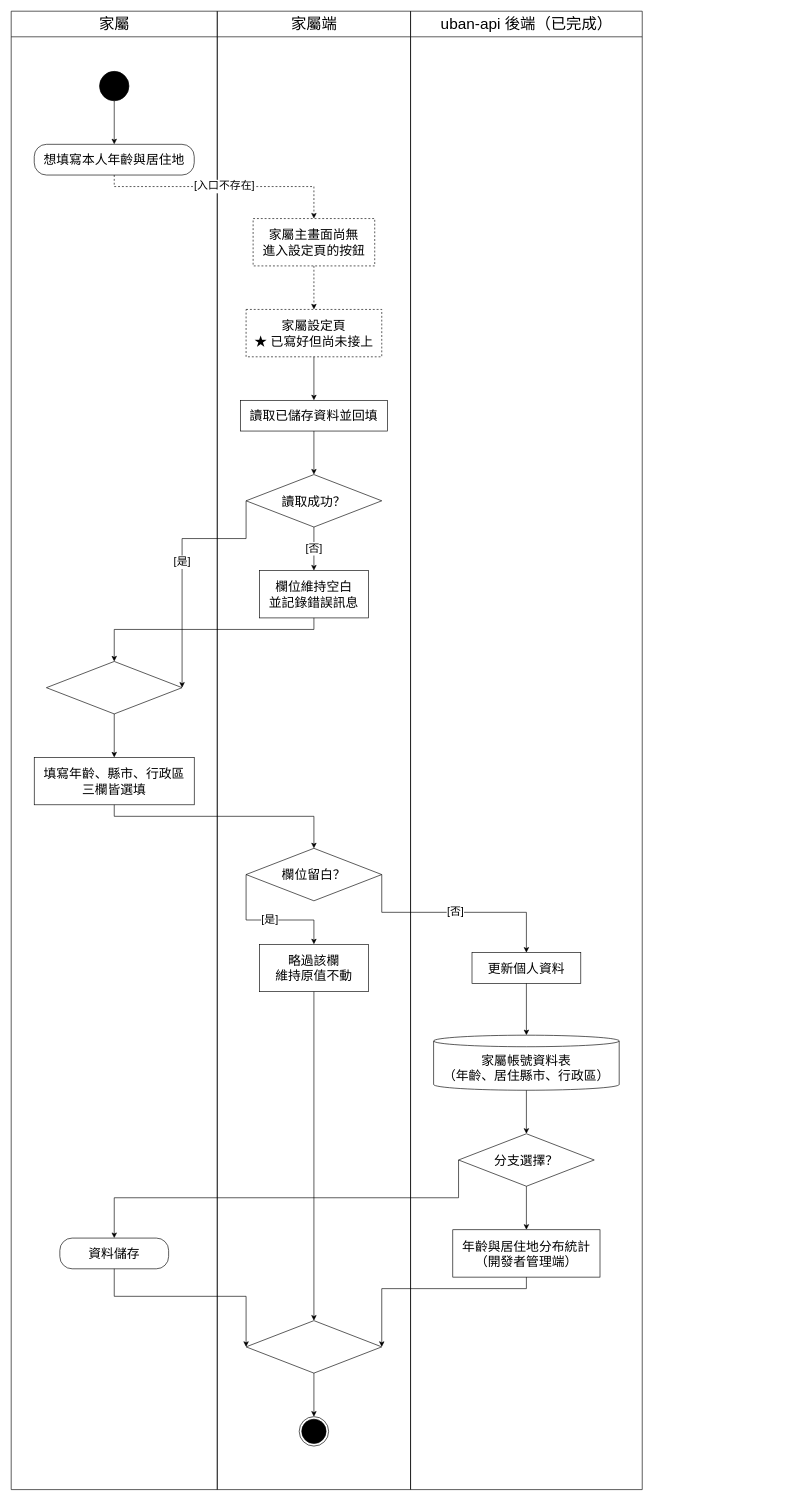
The draw.io diagram Uban System Documents/drawio圖/A22-個人資料（家屬）.drawio in HuangYu-Kai/Uban, before the edit. Source tidied: cells renumbered, new cells numbered last; positions are measured from the earlier drawing's top-left corner, leaving out a move shared by most shapes. Both pictures are drawn from the tidied source at 64%, with x=0, y=0 at pixel (11, 11).
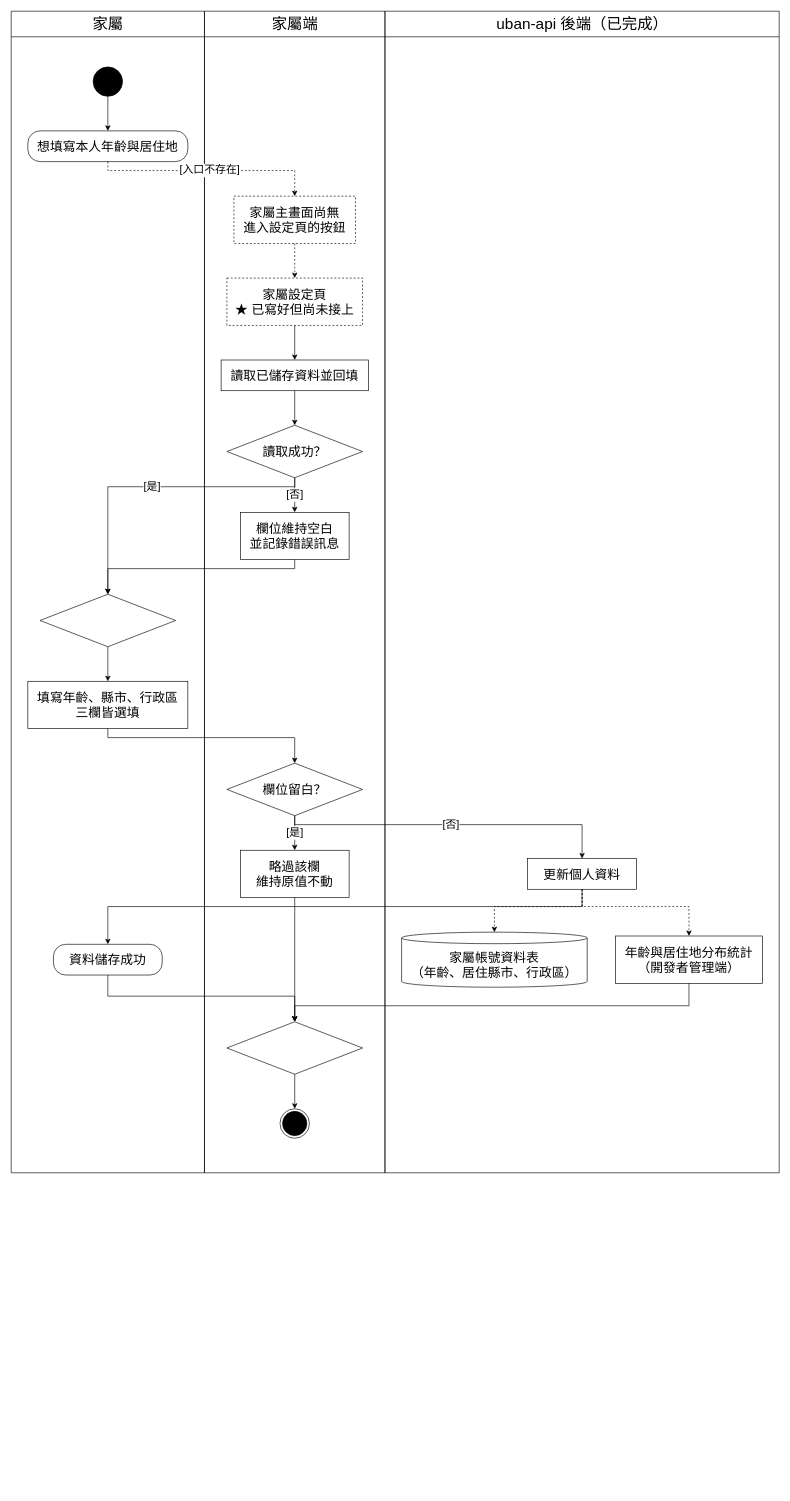
After the change.

What changed in the source:
```diff
@@
     <mxCell id="2" value="家屬" style="swimlane;html=1;horizontal=1;startSize=40;fillColor=none;strokeColor=#000000;fontSize=24;fontColor=#000000;fontStyle=0;swimlaneFillColor=none;" parent="1" vertex="1">
-      <mxGeometry width="322" height="2310" as="geometry" />
+      <mxGeometry width="302" height="1815" as="geometry" />
     </mxCell>
     <mxCell id="3" value="家屬端" style="swimlane;html=1;horizontal=1;startSize=40;fillColor=none;strokeColor=#000000;fontSize=24;fontColor=#000000;fontStyle=0;swimlaneFillColor=none;" parent="1" vertex="1">
-      <mxGeometry x="322" width="302" height="2310" as="geometry" />
+      <mxGeometry x="302" width="282" height="1815" as="geometry" />
     </mxCell>
     <mxCell id="4" value="uban-api 後端（已完成）" style="swimlane;html=1;horizontal=1;startSize=40;fillColor=none;strokeColor=#000000;fontSize=24;fontColor=#000000;fontStyle=0;swimlaneFillColor=none;" parent="1" vertex="1">
-      <mxGeometry x="624" width="362" height="2310" as="geometry" />
+      <mxGeometry x="584" width="616" height="1815" as="geometry" />
     </mxCell>
     <mxCell id="5" style="ellipse;html=1;fillColor=#000000;strokeColor=#000000;" parent="2" vertex="1">
-      <mxGeometry x="138" y="94" width="46" height="46" as="geometry" />
+      <mxGeometry x="128" y="87" width="46" height="46" as="geometry" />
     </mxCell>
     <mxCell id="6" value="想填寫本人年齡與居住地" style="rounded=1;arcSize=40;whiteSpace=wrap;html=1;fillColor=#FFFFFF;strokeColor=#000000;fontSize=20;fontColor=#000000;" parent="2" vertex="1">
-      <mxGeometry x="36" y="208" width="250" height="48" as="geometry" />
+      <mxGeometry x="26" y="187" width="250" height="48" as="geometry" />
     </mxCell>
     <mxCell id="7" value="填寫年齡、縣市、行政區&lt;br&gt;三欄皆選填" style="rounded=0;whiteSpace=wrap;html=1;fillColor=#FFFFFF;strokeColor=#000000;fontSize=20;fontColor=#000000;" parent="2" vertex="1">
-      <mxGeometry x="36" y="1166" width="250" height="74" as="geometry" />
+      <mxGeometry x="26" y="1047" width="250" height="74" as="geometry" />
     </mxCell>
-    <mxCell id="8" value="資料儲存" style="rounded=1;arcSize=40;whiteSpace=wrap;html=1;fillColor=#FFFFFF;strokeColor=#000000;fontSize=20;fontColor=#000000;" parent="2" vertex="1">
-      <mxGeometry x="76" y="1917" width="170" height="48" as="geometry" />
+    <mxCell id="8" value="資料儲存成功" style="rounded=1;arcSize=40;whiteSpace=wrap;html=1;fillColor=#FFFFFF;strokeColor=#000000;fontSize=20;fontColor=#000000;" parent="2" vertex="1">
+      <mxGeometry x="66" y="1458" width="170" height="48" as="geometry" />
     </mxCell>
     <mxCell id="9" style="rhombus;whiteSpace=wrap;html=1;fillColor=#FFFFFF;strokeColor=#000000;fontSize=20;fontColor=#000000;" parent="2" vertex="1">
-      <mxGeometry x="55" y="1016" width="212" height="82" as="geometry" />
+      <mxGeometry x="45" y="911" width="212" height="82" as="geometry" />
     </mxCell>
     <mxCell id="10" value="家屬主畫面尚無&lt;br&gt;進入設定頁的按鈕" style="rounded=0;whiteSpace=wrap;html=1;fillColor=#FFFFFF;strokeColor=#000000;fontSize=20;fontColor=#000000;dashed=1;" parent="3" vertex="1">
-      <mxGeometry x="56" y="324" width="190" height="74" as="geometry" />
+      <mxGeometry x="46" y="289" width="190" height="74" as="geometry" />
     </mxCell>
     <mxCell id="11" value="家屬設定頁&lt;br&gt;★ 已寫好但尚未接上" style="rounded=0;whiteSpace=wrap;html=1;fillColor=#FFFFFF;strokeColor=#000000;fontSize=20;fontColor=#000000;dashed=1;" parent="3" vertex="1">
-      <mxGeometry x="45" y="466" width="212" height="74" as="geometry" />
+      <mxGeometry x="35" y="417" width="212" height="74" as="geometry" />
     </mxCell>
     <mxCell id="12" value="讀取已儲存資料並回填" style="rounded=0;whiteSpace=wrap;html=1;fillColor=#FFFFFF;strokeColor=#000000;fontSize=20;fontColor=#000000;" parent="3" vertex="1">
-      <mxGeometry x="36" y="608" width="230" height="48" as="geometry" />
+      <mxGeometry x="26" y="545" width="230" height="48" as="geometry" />
     </mxCell>
     <mxCell id="13" value="讀取成功？" style="rhombus;whiteSpace=wrap;html=1;fillColor=#FFFFFF;strokeColor=#000000;fontSize=20;fontColor=#000000;" parent="3" vertex="1">
-      <mxGeometry x="45" y="724" width="212" height="82" as="geometry" />
+      <mxGeometry x="35" y="647" width="212" height="82" as="geometry" />
     </mxCell>
     <mxCell id="14" value="欄位維持空白&lt;br&gt;並記錄錯誤訊息" style="rounded=0;whiteSpace=wrap;html=1;fillColor=#FFFFFF;strokeColor=#000000;fontSize=20;fontColor=#000000;" parent="3" vertex="1">
-      <mxGeometry x="66" y="874" width="170" height="74" as="geometry" />
+      <mxGeometry x="56" y="783" width="170" height="74" as="geometry" />
     </mxCell>
     <mxCell id="15" value="欄位留白？" style="rhombus;whiteSpace=wrap;html=1;fillColor=#FFFFFF;strokeColor=#000000;fontSize=20;fontColor=#000000;" parent="3" vertex="1">
-      <mxGeometry x="45" y="1308" width="212" height="82" as="geometry" />
+      <mxGeometry x="35" y="1175" width="212" height="82" as="geometry" />
     </mxCell>
     <mxCell id="16" value="略過該欄&lt;br&gt;維持原值不動" style="rounded=0;whiteSpace=wrap;html=1;fillColor=#FFFFFF;strokeColor=#000000;fontSize=20;fontColor=#000000;" parent="3" vertex="1">
-      <mxGeometry x="66" y="1458" width="170" height="74" as="geometry" />
+      <mxGeometry x="56" y="1311" width="170" height="74" as="geometry" />
     </mxCell>
     <mxCell id="17" style="rhombus;whiteSpace=wrap;html=1;fillColor=#FFFFFF;strokeColor=#000000;fontSize=20;fontColor=#000000;" parent="3" vertex="1">
-      <mxGeometry x="45" y="2046" width="212" height="82" as="geometry" />
+      <mxGeometry x="35" y="1579" width="212" height="82" as="geometry" />
     </mxCell>
     <mxCell id="18" style="ellipse;html=1;shape=endState;fillColor=#000000;strokeColor=#000000;" parent="3" vertex="1">
-      <mxGeometry x="128" y="2196" width="46" height="46" as="geometry" />
+      <mxGeometry x="118" y="1715" width="46" height="46" as="geometry" />
     </mxCell>
     <mxCell id="19" value="更新個人資料" style="rounded=0;whiteSpace=wrap;html=1;fillColor=#FFFFFF;strokeColor=#000000;fontSize=20;fontColor=#000000;" parent="4" vertex="1">
-      <mxGeometry x="96" y="1471" width="170" height="48" as="geometry" />
+      <mxGeometry x="223" y="1324" width="170" height="48" as="geometry" />
     </mxCell>
     <mxCell id="20" value="家屬帳號資料表&lt;br&gt;（年齡、居住縣市、行政區）" style="shape=cylinder3;boundedLbl=1;backgroundOutline=1;size=9;whiteSpace=wrap;html=1;fillColor=#FFFFFF;strokeColor=#000000;fontSize=20;fontColor=#000000;" parent="4" vertex="1">
-      <mxGeometry x="36" y="1600" width="290" height="86" as="geometry" />
+      <mxGeometry x="26" y="1439" width="290" height="86" as="geometry" />
     </mxCell>
     <mxCell id="21" value="年齡與居住地分布統計&lt;br&gt;（開發者管理端）" style="rounded=0;whiteSpace=wrap;html=1;fillColor=#FFFFFF;strokeColor=#000000;fontSize=20;fontColor=#000000;" parent="4" vertex="1">
-      <mxGeometry x="66" y="1904" width="230" height="74" as="geometry" />
+      <mxGeometry x="360" y="1445" width="230" height="74" as="geometry" />
     </mxCell>
-    <mxCell id="22" value="分支選擇？" style="rhombus;whiteSpace=wrap;html=1;fillColor=#FFFFFF;strokeColor=#000000;fontSize=20;fontColor=#000000;" parent="4" vertex="1">
-      <mxGeometry x="75" y="1754" width="212" height="82" as="geometry" />
-    </mxCell>
@@
     <mxCell id="24" value="[入口不存在]" style="edgeStyle=none;rounded=0;html=1;strokeColor=#000000;fontSize=17;fontColor=#000000;labelBackgroundColor=#FFFFFF;endArrow=classic;endFill=1;exitPerimeter=0;entryPerimeter=0;dashed=1;exitX=0.5;exitY=1;exitDx=0;exitDy=0;entryX=0.5;entryY=0;entryDx=0;entryDy=0;" parent="1" edge="1" source="6" target="10">
       <mxGeometry relative="1" as="geometry">
         <Array as="points">
-          <mxPoint x="161" y="274" />
-          <mxPoint x="473" y="274" />
+          <mxPoint x="151" y="249" />
+          <mxPoint x="443" y="249" />
         </Array>
       </mxGeometry>
     </mxCell>
@@
     <mxCell id="29" style="edgeStyle=none;rounded=0;html=1;strokeColor=#000000;fontSize=17;fontColor=#000000;labelBackgroundColor=#FFFFFF;endArrow=classic;endFill=1;exitPerimeter=0;entryPerimeter=0;exitX=0.5;exitY=1;exitDx=0;exitDy=0;entryX=0.5;entryY=0;entryDx=0;entryDy=0;" parent="1" edge="1" source="14" target="9">
       <mxGeometry relative="1" as="geometry">
         <Array as="points">
-          <mxPoint x="473" y="966" />
-          <mxPoint x="161" y="966" />
+          <mxPoint x="443" y="871" />
+          <mxPoint x="151" y="871" />
         </Array>
       </mxGeometry>
     </mxCell>
-    <mxCell id="30" value="[是]" style="edgeStyle=none;rounded=0;html=1;strokeColor=#000000;fontSize=17;fontColor=#000000;labelBackgroundColor=#FFFFFF;endArrow=classic;endFill=1;exitPerimeter=0;entryPerimeter=0;exitX=0;exitY=0.5;exitDx=0;exitDy=0;entryX=1;entryY=0.5;entryDx=0;entryDy=0;" parent="1" edge="1" source="13" target="9">
+    <mxCell id="30" value="[是]" style="edgeStyle=none;rounded=0;html=1;strokeColor=#000000;fontSize=17;fontColor=#000000;labelBackgroundColor=#FFFFFF;endArrow=classic;endFill=1;exitPerimeter=0;entryPerimeter=0;exitX=0.5;exitY=1;exitDx=0;exitDy=0;entryX=0.5;entryY=0;entryDx=0;entryDy=0;" parent="1" edge="1" source="13" target="9">
       <mxGeometry relative="1" as="geometry">
         <Array as="points">
-          <mxPoint x="367" y="824" />
-          <mxPoint x="267" y="824" />
+          <mxPoint x="443" y="743" />
+          <mxPoint x="151" y="743" />
         </Array>
       </mxGeometry>
     </mxCell>
-    <mxCell id="31" style="edgeStyle=none;rounded=0;html=1;strokeColor=#000000;fontSize=17;fontColor=#000000;labelBackgroundColor=#FFFFFF;endArrow=classic;endFill=1;exitPerimeter=0;entryPerimeter=0;exitX=0.5;exitY=1;exitDx=0;exitDy=0;entryX=0.5;entryY=0;entryDx=0;entryDy=0;" parent="1" edge="1" source="7" target="15">
-      <mxGeometry relative="1" as="geometry">
-        <Array as="points">
-          <mxPoint x="161" y="1258" />
-          <mxPoint x="473" y="1258" />
-        </Array>
-      </mxGeometry>
+    <mxCell id="31" style="edgeStyle=none;rounded=0;html=1;strokeColor=#000000;fontSize=17;fontColor=#000000;labelBackgroundColor=#FFFFFF;endArrow=classic;endFill=1;exitPerimeter=0;entryPerimeter=0;exitX=0.5;exitY=1;exitDx=0;exitDy=0;entryX=0.5;entryY=0;entryDx=0;entryDy=0;" parent="1" edge="1" source="9" target="7">
+      <mxGeometry relative="1" as="geometry" />
     </mxCell>
-    <mxCell id="32" value="[是]" style="edgeStyle=none;rounded=0;html=1;strokeColor=#000000;fontSize=17;fontColor=#000000;labelBackgroundColor=#FFFFFF;endArrow=classic;endFill=1;exitPerimeter=0;entryPerimeter=0;exitX=0;exitY=0.5;exitDx=0;exitDy=0;entryX=0.5;entryY=0;entryDx=0;entryDy=0;" parent="1" edge="1" source="15" target="16">
+    <mxCell id="32" style="edgeStyle=none;rounded=0;html=1;strokeColor=#000000;fontSize=17;fontColor=#000000;labelBackgroundColor=#FFFFFF;endArrow=classic;endFill=1;exitPerimeter=0;entryPerimeter=0;exitX=0.5;exitY=1;exitDx=0;exitDy=0;entryX=0.5;entryY=0;entryDx=0;entryDy=0;" parent="1" edge="1" source="7" target="15">
       <mxGeometry relative="1" as="geometry">
         <Array as="points">
-          <mxPoint x="367" y="1420" />
-          <mxPoint x="473" y="1420" />
+          <mxPoint x="151" y="1135" />
+          <mxPoint x="443" y="1135" />
         </Array>
       </mxGeometry>
     </mxCell>
-    <mxCell id="33" value="[否]" style="edgeStyle=none;rounded=0;html=1;strokeColor=#000000;fontSize=17;fontColor=#000000;labelBackgroundColor=#FFFFFF;endArrow=classic;endFill=1;exitPerimeter=0;entryPerimeter=0;exitX=1;exitY=0.5;exitDx=0;exitDy=0;entryX=0.5;entryY=0;entryDx=0;entryDy=0;" parent="1" edge="1" source="15" target="19">
-      <mxGeometry relative="1" as="geometry">
-        <Array as="points">
-          <mxPoint x="579" y="1408" />
-          <mxPoint x="805" y="1408" />
-        </Array>
-      </mxGeometry>
+    <mxCell id="33" value="[是]" style="edgeStyle=none;rounded=0;html=1;strokeColor=#000000;fontSize=17;fontColor=#000000;labelBackgroundColor=#FFFFFF;endArrow=classic;endFill=1;exitPerimeter=0;entryPerimeter=0;exitX=0.5;exitY=1;exitDx=0;exitDy=0;entryX=0.5;entryY=0;entryDx=0;entryDy=0;" parent="1" edge="1" source="15" target="16">
+      <mxGeometry relative="1" as="geometry" />
     </mxCell>
-    <mxCell id="34" style="edgeStyle=none;rounded=0;html=1;strokeColor=#000000;fontSize=17;fontColor=#000000;labelBackgroundColor=#FFFFFF;endArrow=classic;endFill=1;exitPerimeter=0;entryPerimeter=0;exitX=0.5;exitY=1;exitDx=0;exitDy=0;entryX=0.5;entryY=0;entryDx=0;entryDy=0;" parent="1" edge="1" source="19" target="20">
-      <mxGeometry relative="1" as="geometry" />
+    <mxCell id="34" value="[否]" style="edgeStyle=none;rounded=0;html=1;strokeColor=#000000;fontSize=17;fontColor=#000000;labelBackgroundColor=#FFFFFF;endArrow=classic;endFill=1;exitPerimeter=0;entryPerimeter=0;exitX=0.5;exitY=1;exitDx=0;exitDy=0;entryX=0.5;entryY=0;entryDx=0;entryDy=0;" parent="1" edge="1" source="15" target="19">
+      <mxGeometry relative="1" as="geometry">
+        <Array as="points">
+          <mxPoint x="443" y="1271" />
+          <mxPoint x="892" y="1271" />
+        </Array>
+      </mxGeometry>
     </mxCell>
-    <mxCell id="35" style="edgeStyle=none;rounded=0;html=1;strokeColor=#000000;fontSize=17;fontColor=#000000;labelBackgroundColor=#FFFFFF;endArrow=classic;endFill=1;exitPerimeter=0;entryPerimeter=0;exitX=0;exitY=0.5;exitDx=0;exitDy=0;entryX=0.5;entryY=0;entryDx=0;entryDy=0;" parent="1" edge="1" source="22" target="8">
+    <mxCell id="35" style="edgeStyle=none;rounded=0;html=1;strokeColor=#000000;fontSize=17;fontColor=#000000;labelBackgroundColor=#FFFFFF;endArrow=classic;endFill=1;exitPerimeter=0;entryPerimeter=0;dashed=1;exitX=0.5;exitY=1;exitDx=0;exitDy=0;entryX=0.5;entryY=0;entryDx=0;entryDy=0;" parent="1" edge="1" source="19" target="20">
       <mxGeometry relative="1" as="geometry">
         <Array as="points">
-          <mxPoint x="699" y="1854" />
-          <mxPoint x="161" y="1854" />
+          <mxPoint x="892" y="1399" />
+          <mxPoint x="755" y="1399" />
         </Array>
       </mxGeometry>
     </mxCell>
-    <mxCell id="36" style="edgeStyle=none;rounded=0;html=1;strokeColor=#000000;fontSize=17;fontColor=#000000;labelBackgroundColor=#FFFFFF;endArrow=classic;endFill=1;exitPerimeter=0;entryPerimeter=0;exitX=0.5;exitY=1;exitDx=0;exitDy=0;entryX=0.5;entryY=0;entryDx=0;entryDy=0;" parent="1" edge="1" source="22" target="21">
-      <mxGeometry relative="1" as="geometry" />
+    <mxCell id="36" style="edgeStyle=none;rounded=0;html=1;strokeColor=#000000;fontSize=17;fontColor=#000000;labelBackgroundColor=#FFFFFF;endArrow=classic;endFill=1;exitPerimeter=0;entryPerimeter=0;exitX=0.5;exitY=1;exitDx=0;exitDy=0;entryX=0.5;entryY=0;entryDx=0;entryDy=0;" parent="1" edge="1" source="19" target="8">
+      <mxGeometry relative="1" as="geometry">
+        <Array as="points">
+          <mxPoint x="892" y="1399" />
+          <mxPoint x="151" y="1399" />
+        </Array>
+      </mxGeometry>
     </mxCell>
-    <mxCell id="37" style="edgeStyle=none;rounded=0;html=1;strokeColor=#000000;fontSize=17;fontColor=#000000;labelBackgroundColor=#FFFFFF;endArrow=classic;endFill=1;exitPerimeter=0;entryPerimeter=0;exitX=0.5;exitY=1;exitDx=0;exitDy=0;entryX=0;entryY=0.5;entryDx=0;entryDy=0;" parent="1" edge="1" source="8" target="17">
+    <mxCell id="37" style="edgeStyle=none;rounded=0;html=1;strokeColor=#000000;fontSize=17;fontColor=#000000;labelBackgroundColor=#FFFFFF;endArrow=classic;endFill=1;exitPerimeter=0;entryPerimeter=0;dashed=1;exitX=0.5;exitY=1;exitDx=0;exitDy=0;entryX=0.5;entryY=0;entryDx=0;entryDy=0;" parent="1" edge="1" source="19" target="21">
       <mxGeometry relative="1" as="geometry">
         <Array as="points">
-          <mxPoint x="161" y="2008" />
-          <mxPoint x="367" y="2008" />
+          <mxPoint x="892" y="1399" />
+          <mxPoint x="1059" y="1399" />
         </Array>
       </mxGeometry>
     </mxCell>
-    <mxCell id="38" style="edgeStyle=none;rounded=0;html=1;strokeColor=#000000;fontSize=17;fontColor=#000000;labelBackgroundColor=#FFFFFF;endArrow=classic;endFill=1;exitPerimeter=0;entryPerimeter=0;exitX=0.5;exitY=1;exitDx=0;exitDy=0;entryX=0.5;entryY=0;entryDx=0;entryDy=0;" parent="1" edge="1" source="16" target="17">
-      <mxGeometry relative="1" as="geometry" />
+    <mxCell id="38" style="edgeStyle=none;rounded=0;html=1;strokeColor=#000000;fontSize=17;fontColor=#000000;labelBackgroundColor=#FFFFFF;endArrow=classic;endFill=1;exitPerimeter=0;entryPerimeter=0;exitX=0.5;exitY=1;exitDx=0;exitDy=0;entryX=0.5;entryY=0;entryDx=0;entryDy=0;" parent="1" edge="1" source="8" target="17">
+      <mxGeometry relative="1" as="geometry">
+        <Array as="points">
+          <mxPoint x="151" y="1539" />
+          <mxPoint x="443" y="1539" />
+        </Array>
+      </mxGeometry>
     </mxCell>
-    <mxCell id="39" style="edgeStyle=none;rounded=0;html=1;strokeColor=#000000;fontSize=17;fontColor=#000000;labelBackgroundColor=#FFFFFF;endArrow=classic;endFill=1;exitPerimeter=0;entryPerimeter=0;exitX=0.5;exitY=1;exitDx=0;exitDy=0;entryX=1;entryY=0.5;entryDx=0;entryDy=0;" parent="1" edge="1" source="21" target="17">
-      <mxGeometry relative="1" as="geometry">
-        <Array as="points">
-          <mxPoint x="805" y="1996" />
-          <mxPoint x="579" y="1996" />
-        </Array>
-      </mxGeometry>
+    <mxCell id="39" style="edgeStyle=none;rounded=0;html=1;strokeColor=#000000;fontSize=17;fontColor=#000000;labelBackgroundColor=#FFFFFF;endArrow=classic;endFill=1;exitPerimeter=0;entryPerimeter=0;exitX=0.5;exitY=1;exitDx=0;exitDy=0;entryX=0.5;entryY=0;entryDx=0;entryDy=0;" parent="1" edge="1" source="16" target="17">
+      <mxGeometry relative="1" as="geometry" />
     </mxCell>
-    <mxCell id="40" style="edgeStyle=none;rounded=0;html=1;strokeColor=#000000;fontSize=17;fontColor=#000000;labelBackgroundColor=#FFFFFF;endArrow=classic;endFill=1;exitPerimeter=0;entryPerimeter=0;exitX=0.5;exitY=1;exitDx=0;exitDy=0;entryX=0.5;entryY=0;entryDx=0;entryDy=0;" parent="1" edge="1" source="20" target="22">
-      <mxGeometry relative="1" as="geometry" />
+    <mxCell id="40" style="edgeStyle=none;rounded=0;html=1;strokeColor=#000000;fontSize=17;fontColor=#000000;labelBackgroundColor=#FFFFFF;endArrow=classic;endFill=1;exitPerimeter=0;entryPerimeter=0;exitX=0.5;exitY=1;exitDx=0;exitDy=0;entryX=0.5;entryY=0;entryDx=0;entryDy=0;" parent="1" edge="1" source="21" target="17">
+      <mxGeometry relative="1" as="geometry">
+        <Array as="points">
+          <mxPoint x="1059" y="1554" />
+          <mxPoint x="443" y="1554" />
+        </Array>
+      </mxGeometry>
     </mxCell>
-    <mxCell id="41" style="edgeStyle=none;rounded=0;html=1;strokeColor=#000000;fontSize=17;fontColor=#000000;labelBackgroundColor=#FFFFFF;endArrow=classic;endFill=1;exitPerimeter=0;entryPerimeter=0;exitX=0.5;exitY=1;exitDx=0;exitDy=0;entryX=0.5;entryY=0;entryDx=0;entryDy=0;" parent="1" edge="1" source="9" target="7">
+    <mxCell id="41" style="edgeStyle=none;rounded=0;html=1;strokeColor=#000000;fontSize=17;fontColor=#000000;labelBackgroundColor=#FFFFFF;endArrow=classic;endFill=1;exitPerimeter=0;entryPerimeter=0;exitX=0.5;exitY=1;exitDx=0;exitDy=0;entryX=0.5;entryY=0;entryDx=0;entryDy=0;" parent="1" edge="1" source="17" target="18">
       <mxGeometry relative="1" as="geometry" />
     </mxCell>
-    <mxCell id="42" style="edgeStyle=none;rounded=0;html=1;strokeColor=#000000;fontSize=17;fontColor=#000000;labelBackgroundColor=#FFFFFF;endArrow=classic;endFill=1;exitPerimeter=0;entryPerimeter=0;exitX=0.5;exitY=1;exitDx=0;exitDy=0;entryX=0.5;entryY=0;entryDx=0;entryDy=0;" parent="1" edge="1" source="17" target="18">
-      <mxGeometry relative="1" as="geometry" />
-    </mxCell>
```
